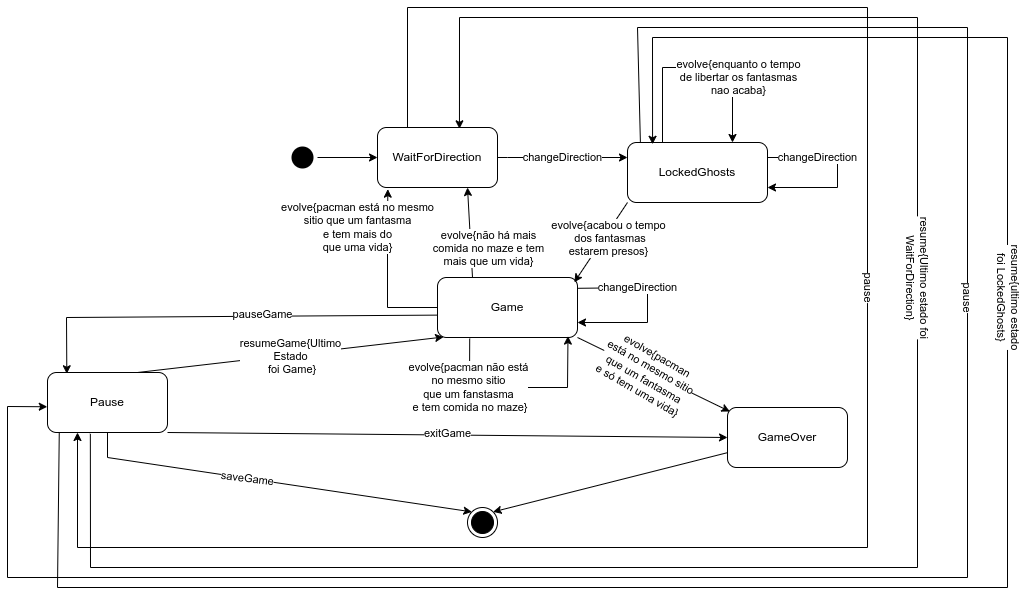
Earlier version of the draw.io export States/StateChartTinyPac.png (pmsnnogueira/Tiny-PAC). Source tidied: cells renumbered, new cells last; positions are measured from the earlier drawing's top-left corner, leaving out a move shared by most shapes.
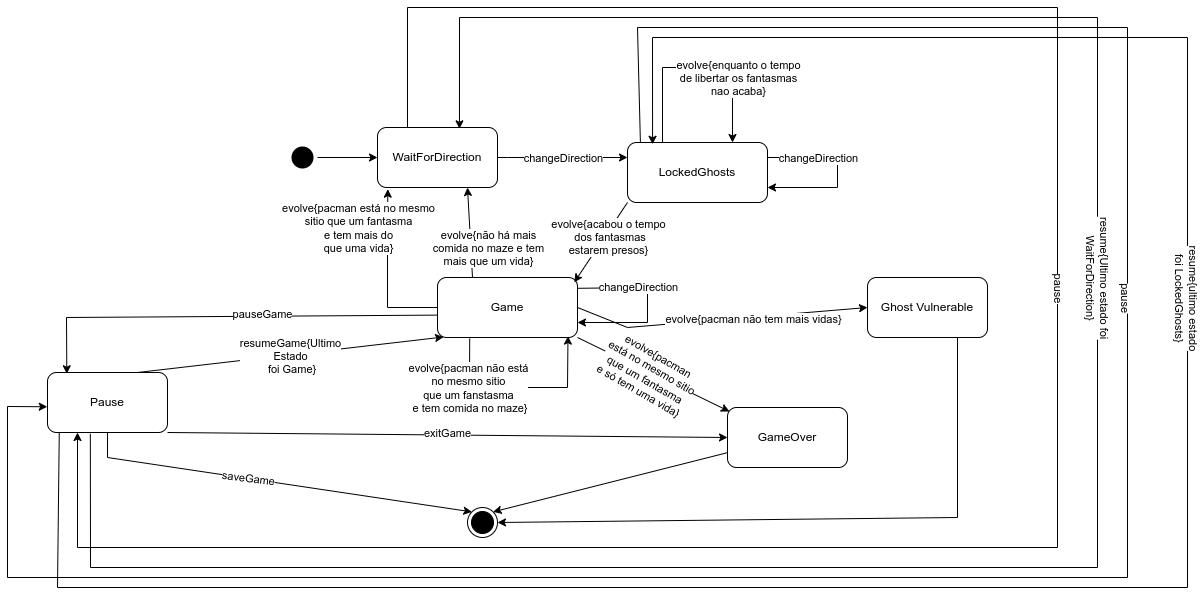
After the change.

Commit message:
change state diagram

The edit, as a diff of the source:
```diff
@@ -80,8 +80,8 @@
       <mxGeometry relative="1" as="geometry">
         <Array as="points">
           <mxPoint x="400" />
-          <mxPoint x="860" />
-          <mxPoint x="860" y="540" />
+          <mxPoint x="1050" />
+          <mxPoint x="1050" y="540" />
           <mxPoint x="70" y="540" />
         </Array>
       </mxGeometry>
@@ -95,8 +95,8 @@
       <mxGeometry relative="1" as="geometry">
         <Array as="points">
           <mxPoint x="83" y="560" />
-          <mxPoint x="910" y="560" />
-          <mxPoint x="910" y="10" />
+          <mxPoint x="1090" y="560" />
+          <mxPoint x="1090" y="10" />
           <mxPoint x="452" y="10" />
         </Array>
       </mxGeometry>
@@ -156,8 +156,10 @@
         <mxPoint x="7" y="-5" as="offset" />
       </mxGeometry>
     </mxCell>
-    <mxCell id="33" style="endArrow=classic;html=1;rounded=0;exitX=1;exitY=1;exitDx=0;exitDy=0;entryX=0.02;entryY=0.067;entryDx=0;entryDy=0;entryPerimeter=0;" parent="1" edge="1" source="5" target="14">
-      <mxGeometry relative="1" as="geometry" />
+    <mxCell id="33" style="endArrow=classic;html=1;rounded=0;exitX=1;exitY=1;exitDx=0;exitDy=0;" parent="1" edge="1" source="5">
+      <mxGeometry relative="1" as="geometry">
+        <mxPoint x="722" y="404" as="targetPoint" />
+      </mxGeometry>
     </mxCell>
     <mxCell id="34" value="evolve{pacman &lt;br&gt;está no mesmo sitio &lt;br&gt;que um fantasma &lt;br&gt;e só tem uma vida}" style="edgeLabel;html=1;align=center;verticalAlign=middle;rotation=30;" parent="33" vertex="1">
       <mxGeometry relative="1" as="geometry">
@@ -194,8 +196,8 @@
       <mxGeometry relative="1" as="geometry">
         <Array as="points">
           <mxPoint x="630" y="20" />
-          <mxPoint x="960" y="20" />
-          <mxPoint x="960" y="570" />
+          <mxPoint x="1120" y="20" />
+          <mxPoint x="1120" y="570" />
           <mxPoint y="570" />
           <mxPoint y="399" />
         </Array>
@@ -210,8 +212,8 @@
       <mxGeometry relative="1" as="geometry">
         <Array as="points">
           <mxPoint x="50" y="580" />
-          <mxPoint x="1000" y="580" />
-          <mxPoint x="1000" y="30" />
+          <mxPoint x="1180" y="580" />
+          <mxPoint x="1180" y="30" />
           <mxPoint x="645" y="30" />
         </Array>
       </mxGeometry>
@@ -229,5 +231,27 @@
         <mxPoint x="18" y="15" as="offset" />
       </mxGeometry>
     </mxCell>
+    <mxCell id="45" value="Ghost Vulnerable" style="rounded=1;whiteSpace=wrap;html=1;" parent="1" vertex="1">
+      <mxGeometry x="860" y="270" width="120" height="60" as="geometry" />
+    </mxCell>
+    <mxCell id="46" style="endArrow=classic;html=1;rounded=0;exitX=1;exitY=0.5;exitDx=0;exitDy=0;entryX=0;entryY=0.5;entryDx=0;entryDy=0;" parent="1" edge="1" source="5" target="45">
+      <mxGeometry relative="1" as="geometry">
+        <Array as="points">
+          <mxPoint x="620" y="320" />
+        </Array>
+      </mxGeometry>
+    </mxCell>
+    <mxCell id="47" value="evolve{pacman não tem mais vidas}" style="edgeLabel;html=1;align=center;verticalAlign=middle;" parent="46" vertex="1">
+      <mxGeometry x="-0.09" relative="1" as="geometry">
+        <mxPoint x="46" y="-2" as="offset" />
+      </mxGeometry>
+    </mxCell>
+    <mxCell id="48" style="endArrow=classic;html=1;rounded=0;exitX=0.75;exitY=1;exitDx=0;exitDy=0;entryX=1;entryY=0.5;entryDx=0;entryDy=0;" parent="1" edge="1" source="45" target="19">
+      <mxGeometry relative="1" as="geometry">
+        <Array as="points">
+          <mxPoint x="950" y="510" />
+        </Array>
+      </mxGeometry>
+    </mxCell>
   </root>
 </mxGraphModel>
```
